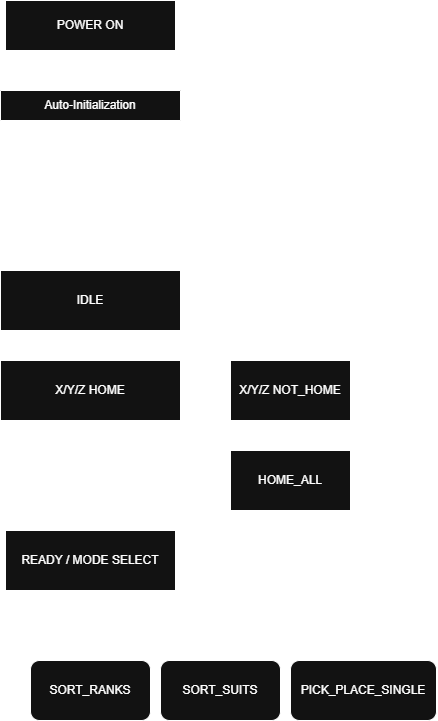
Above: image/sequential_diagram_initialization.png in Finche01/mechatronics-card-sorting-system (draw.io), before the change. Source tidied: cells renumbered, new cells last; positions are measured from the earlier drawing's top-left corner, leaving out a move shared by most shapes. The source it was exported from:
```xml
<mxGraphModel>
  <root>
    <mxCell id="0" />
    <mxCell id="1" parent="0" />
    <mxCell id="2" style="edgeStyle=orthogonalEdgeStyle;rounded=0;jettySize=auto;html=1;" parent="1" edge="1" source="3" target="11">
      <mxGeometry relative="1" as="geometry" />
    </mxCell>
    <mxCell id="3" value="Auto-Initialization" style="swimlane;fontStyle=0;horizontal=1;startSize=30;whiteSpace=wrap;html=1;miterlimit=7;" parent="1" vertex="1">
      <mxGeometry y="90" width="180" height="150" as="geometry" />
    </mxCell>
    <mxCell id="4" value="Main cage LED = ON" style="text;strokeColor=none;fillColor=none;align=left;verticalAlign=middle;spacingLeft=4;spacingRight=4;overflow=hidden;whiteSpace=wrap;html=1;" parent="3" vertex="1">
      <mxGeometry y="30" width="180" height="30" as="geometry" />
    </mxCell>
    <mxCell id="5" value="Motors enabled" style="text;strokeColor=none;fillColor=none;align=left;verticalAlign=middle;spacingLeft=4;spacingRight=4;overflow=hidden;whiteSpace=wrap;html=1;" parent="3" vertex="1">
      <mxGeometry y="60" width="180" height="30" as="geometry" />
    </mxCell>
    <mxCell id="6" value="Load default position indices" style="text;strokeColor=none;fillColor=none;align=left;verticalAlign=middle;spacingLeft=4;spacingRight=4;overflow=hidden;whiteSpace=wrap;html=1;" parent="3" vertex="1">
      <mxGeometry y="90" width="180" height="30" as="geometry" />
    </mxCell>
    <mxCell id="7" value="Clear alarms / reset data" style="text;strokeColor=none;fillColor=none;align=left;verticalAlign=middle;spacingLeft=4;spacingRight=4;overflow=hidden;whiteSpace=wrap;html=1;" parent="3" vertex="1">
      <mxGeometry y="120" width="180" height="30" as="geometry" />
    </mxCell>
    <mxCell id="8" style="edgeStyle=orthogonalEdgeStyle;rounded=0;jettySize=auto;html=1;entryX=0.5;entryY=0;entryDx=0;entryDy=0;" parent="1" edge="1" source="9" target="3">
      <mxGeometry relative="1" as="geometry" />
    </mxCell>
    <mxCell id="9" value="POWER ON" style="rounded=0;whiteSpace=wrap;html=1;" parent="1" vertex="1">
      <mxGeometry x="5" width="170" height="50" as="geometry" />
    </mxCell>
    <mxCell id="10" style="edgeStyle=orthogonalEdgeStyle;rounded=0;jettySize=auto;html=1;entryX=0.5;entryY=0;entryDx=0;entryDy=0;" parent="1" edge="1" source="11" target="16">
      <mxGeometry relative="1" as="geometry" />
    </mxCell>
    <mxCell id="11" value="IDLE" style="rounded=0;whiteSpace=wrap;html=1;" parent="1" vertex="1">
      <mxGeometry y="270" width="180" height="60" as="geometry" />
    </mxCell>
    <mxCell id="12" style="edgeStyle=orthogonalEdgeStyle;rounded=0;jettySize=auto;html=1;entryX=0.5;entryY=0;entryDx=0;entryDy=0;" parent="1" edge="1" source="13" target="18">
      <mxGeometry relative="1" as="geometry" />
    </mxCell>
    <mxCell id="13" value="X/Y/Z NOT_HOME" style="rounded=0;whiteSpace=wrap;html=1;" parent="1" vertex="1">
      <mxGeometry x="230" y="360" width="120" height="60" as="geometry" />
    </mxCell>
    <mxCell id="14" style="edgeStyle=orthogonalEdgeStyle;rounded=0;jettySize=auto;html=1;entryX=0.5;entryY=0;entryDx=0;entryDy=0;" parent="1" edge="1" source="16" target="22">
      <mxGeometry relative="1" as="geometry" />
    </mxCell>
    <mxCell id="15" style="edgeStyle=orthogonalEdgeStyle;rounded=0;jettySize=auto;html=1;entryX=0;entryY=0.5;entryDx=0;entryDy=0;" parent="1" edge="1" source="16" target="13">
      <mxGeometry relative="1" as="geometry" />
    </mxCell>
    <mxCell id="16" value="X/Y/Z HOME" style="rounded=0;whiteSpace=wrap;html=1;" parent="1" vertex="1">
      <mxGeometry y="360" width="180" height="60" as="geometry" />
    </mxCell>
    <mxCell id="17" style="edgeStyle=orthogonalEdgeStyle;rounded=0;jettySize=auto;html=1;" parent="1" edge="1" source="18" target="22">
      <mxGeometry relative="1" as="geometry" />
    </mxCell>
    <mxCell id="18" value="HOME_ALL" style="rounded=0;whiteSpace=wrap;html=1;" parent="1" vertex="1">
      <mxGeometry x="230" y="450" width="120" height="60" as="geometry" />
    </mxCell>
    <mxCell id="19" style="edgeStyle=orthogonalEdgeStyle;rounded=0;jettySize=auto;html=1;entryX=0.5;entryY=0;entryDx=0;entryDy=0;" parent="1" edge="1" source="22" target="23">
      <mxGeometry relative="1" as="geometry" />
    </mxCell>
    <mxCell id="20" style="edgeStyle=orthogonalEdgeStyle;rounded=0;jettySize=auto;html=1;entryX=0.5;entryY=0;entryDx=0;entryDy=0;" parent="1" edge="1" source="22" target="24">
      <mxGeometry relative="1" as="geometry">
        <Array as="points">
          <mxPoint x="90" y="630" />
          <mxPoint x="220" y="630" />
        </Array>
      </mxGeometry>
    </mxCell>
    <mxCell id="21" style="edgeStyle=orthogonalEdgeStyle;rounded=0;jettySize=auto;html=1;" parent="1" edge="1" source="22" target="25">
      <mxGeometry relative="1" as="geometry">
        <Array as="points">
          <mxPoint x="90" y="630" />
          <mxPoint x="363" y="630" />
        </Array>
      </mxGeometry>
    </mxCell>
    <mxCell id="22" value="READY / MODE SELECT" style="rounded=0;whiteSpace=wrap;html=1;" parent="1" vertex="1">
      <mxGeometry x="5" y="530" width="170" height="60" as="geometry" />
    </mxCell>
    <mxCell id="23" value="SORT_RANKS" style="rounded=1;whiteSpace=wrap;html=1;" parent="1" vertex="1">
      <mxGeometry x="30" y="660" width="120" height="60" as="geometry" />
    </mxCell>
    <mxCell id="24" value="SORT_SUITS" style="rounded=1;whiteSpace=wrap;html=1;" parent="1" vertex="1">
      <mxGeometry x="160" y="660" width="120" height="60" as="geometry" />
    </mxCell>
    <mxCell id="25" value="PICK_PLACE_SINGLE" style="rounded=1;whiteSpace=wrap;html=1;" parent="1" vertex="1">
      <mxGeometry x="290" y="660" width="146" height="60" as="geometry" />
    </mxCell>
  </root>
</mxGraphModel>
```
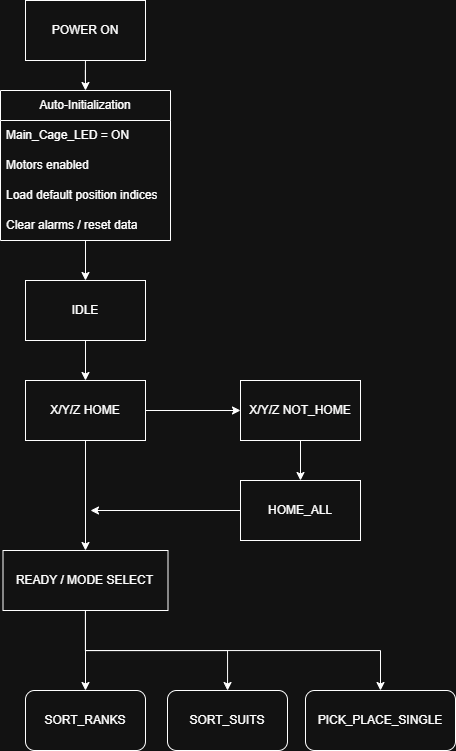
The same diagram one commit later.

Commit message:
Signed-off-by: Finche01 <j_hyun@outlook.com>

What changed in the source:
```diff
@@ -1,88 +1,85 @@
 <mxGraphModel>
   <root>
-    <mxCell id="0" />
-    <mxCell id="1" parent="0" />
-    <mxCell id="2" style="edgeStyle=orthogonalEdgeStyle;rounded=0;jettySize=auto;html=1;" parent="1" edge="1" source="3" target="11">
-      <mxGeometry relative="1" as="geometry" />
-    </mxCell>
-    <mxCell id="3" value="Auto-Initialization" style="swimlane;fontStyle=0;horizontal=1;startSize=30;whiteSpace=wrap;html=1;miterlimit=7;" parent="1" vertex="1">
-      <mxGeometry y="90" width="180" height="150" as="geometry" />
-    </mxCell>
-    <mxCell id="4" value="Main cage LED = ON" style="text;strokeColor=none;fillColor=none;align=left;verticalAlign=middle;spacingLeft=4;spacingRight=4;overflow=hidden;whiteSpace=wrap;html=1;" parent="3" vertex="1">
-      <mxGeometry y="30" width="180" height="30" as="geometry" />
-    </mxCell>
-    <mxCell id="5" value="Motors enabled" style="text;strokeColor=none;fillColor=none;align=left;verticalAlign=middle;spacingLeft=4;spacingRight=4;overflow=hidden;whiteSpace=wrap;html=1;" parent="3" vertex="1">
-      <mxGeometry y="60" width="180" height="30" as="geometry" />
-    </mxCell>
-    <mxCell id="6" value="Load default position indices" style="text;strokeColor=none;fillColor=none;align=left;verticalAlign=middle;spacingLeft=4;spacingRight=4;overflow=hidden;whiteSpace=wrap;html=1;" parent="3" vertex="1">
-      <mxGeometry y="90" width="180" height="30" as="geometry" />
-    </mxCell>
-    <mxCell id="7" value="Clear alarms / reset data" style="text;strokeColor=none;fillColor=none;align=left;verticalAlign=middle;spacingLeft=4;spacingRight=4;overflow=hidden;whiteSpace=wrap;html=1;" parent="3" vertex="1">
-      <mxGeometry y="120" width="180" height="30" as="geometry" />
-    </mxCell>
+    <mxCell id="26" />
+    <mxCell id="27" parent="26" />
-    <mxCell id="8" style="edgeStyle=orthogonalEdgeStyle;rounded=0;jettySize=auto;html=1;entryX=0.5;entryY=0;entryDx=0;entryDy=0;" parent="1" edge="1" source="9" target="3">
+    <mxCell id="8" style="edgeStyle=orthogonalEdgeStyle;rounded=0;jettySize=auto;html=1;entryX=0.5;entryY=0;entryDx=0;entryDy=0;" parent="27" edge="1" source="9" target="3">
       <mxGeometry relative="1" as="geometry" />
     </mxCell>
-    <mxCell id="9" value="POWER ON" style="rounded=0;whiteSpace=wrap;html=1;" parent="1" vertex="1">
-      <mxGeometry x="5" width="170" height="50" as="geometry" />
+    <mxCell id="9" value="POWER ON" style="rounded=0;whiteSpace=wrap;html=1;" parent="27" vertex="1">
+      <mxGeometry x="-15" y="-40" width="120" height="60" as="geometry" />
     </mxCell>
-    <mxCell id="10" style="edgeStyle=orthogonalEdgeStyle;rounded=0;jettySize=auto;html=1;entryX=0.5;entryY=0;entryDx=0;entryDy=0;" parent="1" edge="1" source="11" target="16">
+    <mxCell id="10" style="edgeStyle=orthogonalEdgeStyle;rounded=0;jettySize=auto;html=1;" parent="27" edge="1" source="11" target="16">
       <mxGeometry relative="1" as="geometry" />
     </mxCell>
-    <mxCell id="11" value="IDLE" style="rounded=0;whiteSpace=wrap;html=1;" parent="1" vertex="1">
-      <mxGeometry y="270" width="180" height="60" as="geometry" />
+    <mxCell id="11" value="IDLE" style="rounded=0;whiteSpace=wrap;html=1;" parent="27" vertex="1">
+      <mxGeometry x="-15" y="240" width="120" height="60" as="geometry" />
     </mxCell>
+    <mxCell id="15" style="edgeStyle=orthogonalEdgeStyle;rounded=0;jettySize=auto;html=1;entryX=0;entryY=0.5;entryDx=0;entryDy=0;" parent="27" edge="1" source="16" target="13">
+      <mxGeometry relative="1" as="geometry" />
+    </mxCell>
+    <mxCell id="14" style="edgeStyle=orthogonalEdgeStyle;rounded=0;jettySize=auto;html=1;entryX=0.5;entryY=0;entryDx=0;entryDy=0;" parent="27" edge="1" source="16" target="22">
+      <mxGeometry relative="1" as="geometry" />
+    </mxCell>
+    <mxCell id="16" value="X/Y/Z HOME" style="rounded=0;whiteSpace=wrap;html=1;" parent="27" vertex="1">
+      <mxGeometry x="-15" y="340" width="120" height="60" as="geometry" />
+    </mxCell>
-    <mxCell id="12" style="edgeStyle=orthogonalEdgeStyle;rounded=0;jettySize=auto;html=1;entryX=0.5;entryY=0;entryDx=0;entryDy=0;" parent="1" edge="1" source="13" target="18">
+    <mxCell id="12" style="edgeStyle=orthogonalEdgeStyle;rounded=0;jettySize=auto;html=1;" parent="27" edge="1" source="13" target="18">
       <mxGeometry relative="1" as="geometry" />
     </mxCell>
-    <mxCell id="13" value="X/Y/Z NOT_HOME" style="rounded=0;whiteSpace=wrap;html=1;" parent="1" vertex="1">
-      <mxGeometry x="230" y="360" width="120" height="60" as="geometry" />
+    <mxCell id="13" value="X/Y/Z NOT_HOME" style="rounded=0;whiteSpace=wrap;html=1;" parent="27" vertex="1">
+      <mxGeometry x="200" y="340" width="120" height="60" as="geometry" />
     </mxCell>
-    <mxCell id="14" style="edgeStyle=orthogonalEdgeStyle;rounded=0;jettySize=auto;html=1;entryX=0.5;entryY=0;entryDx=0;entryDy=0;" parent="1" edge="1" source="16" target="22">
-      <mxGeometry relative="1" as="geometry" />
-    </mxCell>
-    <mxCell id="15" style="edgeStyle=orthogonalEdgeStyle;rounded=0;jettySize=auto;html=1;entryX=0;entryY=0.5;entryDx=0;entryDy=0;" parent="1" edge="1" source="16" target="13">
-      <mxGeometry relative="1" as="geometry" />
-    </mxCell>
-    <mxCell id="16" value="X/Y/Z HOME" style="rounded=0;whiteSpace=wrap;html=1;" parent="1" vertex="1">
-      <mxGeometry y="360" width="180" height="60" as="geometry" />
-    </mxCell>
-    <mxCell id="17" style="edgeStyle=orthogonalEdgeStyle;rounded=0;jettySize=auto;html=1;" parent="1" edge="1" source="18" target="22">
-      <mxGeometry relative="1" as="geometry" />
-    </mxCell>
+    <mxCell id="28" style="edgeStyle=orthogonalEdgeStyle;rounded=0;jettySize=auto;html=1;" parent="27" edge="1" source="18">
+      <mxGeometry relative="1" as="geometry">
+        <mxPoint x="50" y="470" as="targetPoint" />
+      </mxGeometry>
+    </mxCell>
-    <mxCell id="18" value="HOME_ALL" style="rounded=0;whiteSpace=wrap;html=1;" parent="1" vertex="1">
-      <mxGeometry x="230" y="450" width="120" height="60" as="geometry" />
+    <mxCell id="18" value="HOME_ALL" style="rounded=0;whiteSpace=wrap;html=1;" parent="27" vertex="1">
+      <mxGeometry x="200" y="440" width="120" height="60" as="geometry" />
     </mxCell>
-    <mxCell id="19" style="edgeStyle=orthogonalEdgeStyle;rounded=0;jettySize=auto;html=1;entryX=0.5;entryY=0;entryDx=0;entryDy=0;" parent="1" edge="1" source="22" target="23">
+    <mxCell id="19" style="edgeStyle=orthogonalEdgeStyle;rounded=0;jettySize=auto;html=1;entryX=0.5;entryY=0;entryDx=0;entryDy=0;" parent="27" edge="1" source="22" target="23">
       <mxGeometry relative="1" as="geometry" />
     </mxCell>
-    <mxCell id="20" style="edgeStyle=orthogonalEdgeStyle;rounded=0;jettySize=auto;html=1;entryX=0.5;entryY=0;entryDx=0;entryDy=0;" parent="1" edge="1" source="22" target="24">
-      <mxGeometry relative="1" as="geometry">
-        <Array as="points">
-          <mxPoint x="90" y="630" />
-          <mxPoint x="220" y="630" />
-        </Array>
-      </mxGeometry>
+    <mxCell id="20" style="edgeStyle=orthogonalEdgeStyle;rounded=0;jettySize=auto;html=1;" parent="27" edge="1" source="22" target="24">
+      <mxGeometry relative="1" as="geometry" />
     </mxCell>
-    <mxCell id="21" style="edgeStyle=orthogonalEdgeStyle;rounded=0;jettySize=auto;html=1;" parent="1" edge="1" source="22" target="25">
+    <mxCell id="21" style="edgeStyle=orthogonalEdgeStyle;rounded=0;jettySize=auto;html=1;" parent="27" edge="1" source="22" target="25">
       <mxGeometry relative="1" as="geometry">
         <Array as="points">
-          <mxPoint x="90" y="630" />
-          <mxPoint x="363" y="630" />
+          <mxPoint x="45" y="610" />
+          <mxPoint x="340" y="610" />
         </Array>
       </mxGeometry>
     </mxCell>
-    <mxCell id="22" value="READY / MODE SELECT" style="rounded=0;whiteSpace=wrap;html=1;" parent="1" vertex="1">
-      <mxGeometry x="5" y="530" width="170" height="60" as="geometry" />
+    <mxCell id="22" value="READY / MODE SELECT" style="rounded=0;whiteSpace=wrap;html=1;" parent="27" vertex="1">
+      <mxGeometry x="-37.5" y="510" width="165" height="60" as="geometry" />
     </mxCell>
-    <mxCell id="23" value="SORT_RANKS" style="rounded=1;whiteSpace=wrap;html=1;" parent="1" vertex="1">
-      <mxGeometry x="30" y="660" width="120" height="60" as="geometry" />
+    <mxCell id="23" value="SORT_RANKS" style="rounded=1;whiteSpace=wrap;html=1;" parent="27" vertex="1">
+      <mxGeometry x="-15" y="650" width="120" height="60" as="geometry" />
     </mxCell>
-    <mxCell id="24" value="SORT_SUITS" style="rounded=1;whiteSpace=wrap;html=1;" parent="1" vertex="1">
-      <mxGeometry x="160" y="660" width="120" height="60" as="geometry" />
+    <mxCell id="24" value="SORT_SUITS" style="rounded=1;whiteSpace=wrap;html=1;" parent="27" vertex="1">
+      <mxGeometry x="127" y="650" width="120" height="60" as="geometry" />
     </mxCell>
-    <mxCell id="25" value="PICK_PLACE_SINGLE" style="rounded=1;whiteSpace=wrap;html=1;" parent="1" vertex="1">
-      <mxGeometry x="290" y="660" width="146" height="60" as="geometry" />
+    <mxCell id="25" value="PICK_PLACE_SINGLE" style="rounded=1;whiteSpace=wrap;html=1;" parent="27" vertex="1">
+      <mxGeometry x="265" y="650" width="150" height="60" as="geometry" />
     </mxCell>
+    <mxCell id="2" style="edgeStyle=orthogonalEdgeStyle;rounded=0;jettySize=auto;html=1;entryX=0.5;entryY=0;entryDx=0;entryDy=0;" parent="27" edge="1" source="3" target="11">
+      <mxGeometry relative="1" as="geometry" />
+    </mxCell>
+    <mxCell id="3" value="Auto-Initialization" style="swimlane;fontStyle=0;horizontal=1;startSize=30;whiteSpace=wrap;html=1;" parent="27" vertex="1">
+      <mxGeometry x="-40" y="50" width="170" height="150" as="geometry" />
+    </mxCell>
+    <mxCell id="29" value="Main_Cage_LED = ON&lt;span style=&quot;white-space: pre;&quot;&gt;&#9;&lt;/span&gt;" style="text;strokeColor=none;fillColor=none;align=left;verticalAlign=middle;spacingLeft=4;spacingRight=4;overflow=hidden;whiteSpace=wrap;html=1;" parent="3" vertex="1">
+      <mxGeometry y="30" width="170" height="30" as="geometry" />
+    </mxCell>
+    <mxCell id="5" value="Motors enabled" style="text;strokeColor=none;fillColor=none;align=left;verticalAlign=middle;spacingLeft=4;spacingRight=4;overflow=hidden;whiteSpace=wrap;html=1;" parent="3" vertex="1">
+      <mxGeometry y="60" width="170" height="30" as="geometry" />
+    </mxCell>
+    <mxCell id="6" value="Load default position indices" style="text;strokeColor=none;fillColor=none;align=left;verticalAlign=middle;spacingLeft=4;spacingRight=4;overflow=hidden;whiteSpace=wrap;html=1;" parent="3" vertex="1">
+      <mxGeometry y="90" width="170" height="30" as="geometry" />
+    </mxCell>
+    <mxCell id="7" value="Clear alarms / reset data" style="text;strokeColor=none;fillColor=none;align=left;verticalAlign=middle;spacingLeft=4;spacingRight=4;overflow=hidden;whiteSpace=wrap;html=1;" parent="3" vertex="1">
+      <mxGeometry y="120" width="170" height="30" as="geometry" />
+    </mxCell>
   </root>
 </mxGraphModel>
```
